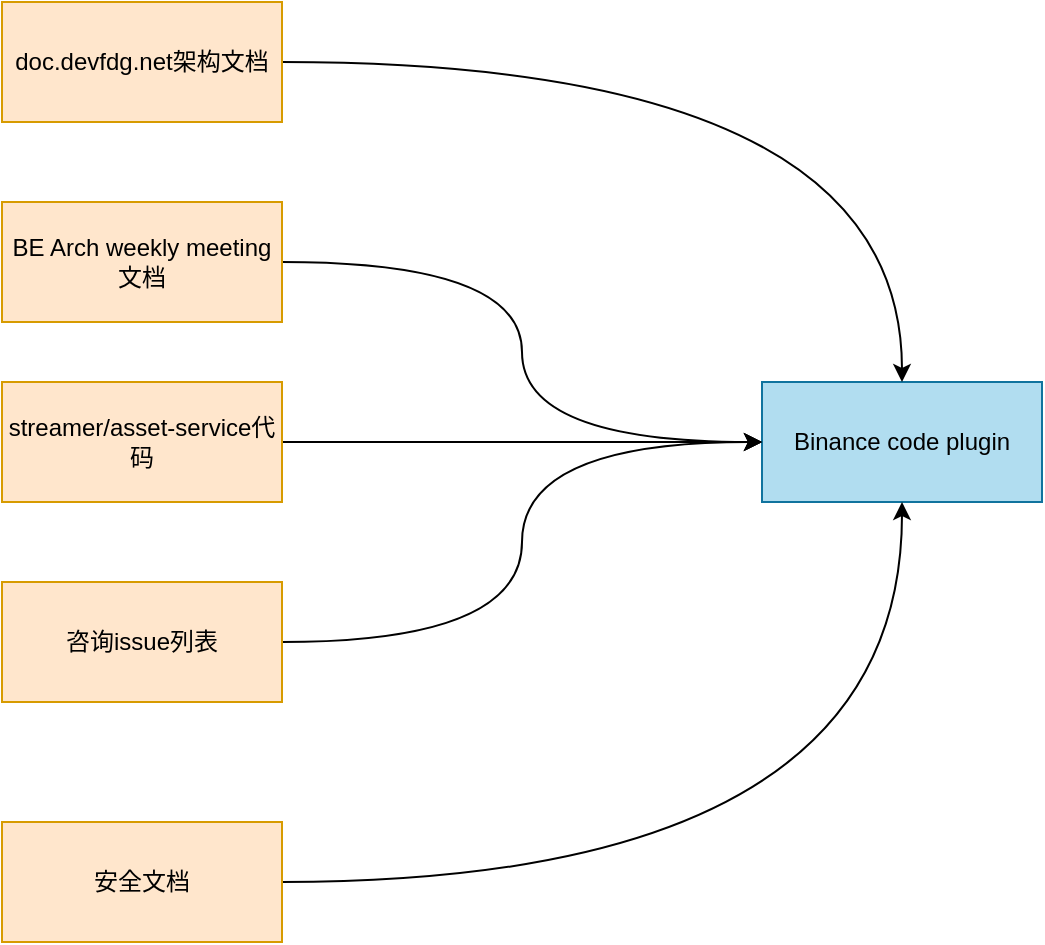
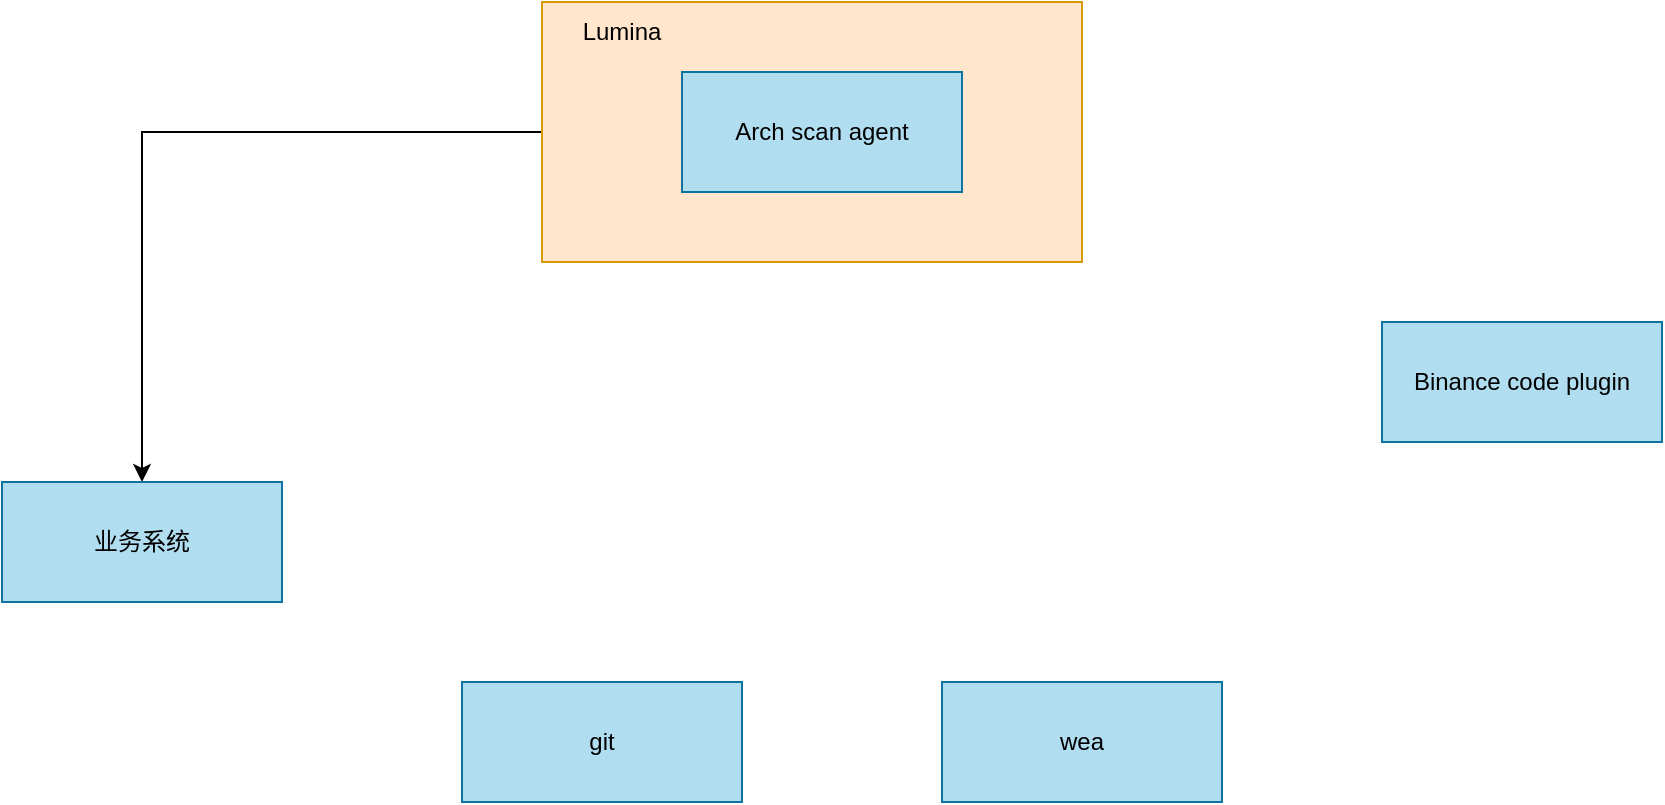
<mxfile host="app.diagrams.net">
  <diagram name="第 1 页" id="v4d0oD99BJNh_s1QToVL">
    <mxGraphModel dx="1222" dy="764" grid="1" gridSize="10" guides="1" tooltips="1" connect="1" arrows="1" fold="1" page="1" pageScale="1" pageWidth="3300" pageHeight="2339" math="0" shadow="0">
      <root>
        <mxCell id="0" />
        <mxCell id="1" parent="0" />
-         <mxCell id="SJECwPXb0EPlWWx2axZS-4" parent="1" style="rounded=0;whiteSpace=wrap;html=1;fillColor=#b1ddf0;strokeColor=#10739e;" value="Binance code plugin" vertex="1">
-           <mxGeometry height="60" width="140" x="820" y="370" as="geometry" />
-         </mxCell>
-         <mxCell id="SJECwPXb0EPlWWx2axZS-10" edge="1" parent="1" source="SJECwPXb0EPlWWx2axZS-5" style="edgeStyle=orthogonalEdgeStyle;rounded=0;orthogonalLoop=1;jettySize=auto;html=1;exitX=1;exitY=0.5;exitDx=0;exitDy=0;entryX=0.5;entryY=0;entryDx=0;entryDy=0;curved=1;" target="SJECwPXb0EPlWWx2axZS-4">
+         <mxCell id="BZSGkBbcOcEUag34DBB_-2" edge="1" parent="1" source="SJECwPXb0EPlWWx2axZS-5" style="edgeStyle=orthogonalEdgeStyle;rounded=0;orthogonalLoop=1;jettySize=auto;html=1;exitX=0;exitY=0.5;exitDx=0;exitDy=0;" target="BZSGkBbcOcEUag34DBB_-1">
          <mxGeometry relative="1" as="geometry" />
        </mxCell>
-         <mxCell id="SJECwPXb0EPlWWx2axZS-5" parent="1" style="rounded=0;whiteSpace=wrap;html=1;fillColor=#ffe6cc;strokeColor=#d79b00;" value="doc.devfdg.net架构文档" vertex="1">
-           <mxGeometry height="60" width="140" x="440" y="180" as="geometry" />
+         <mxCell id="SJECwPXb0EPlWWx2axZS-5" parent="1" style="rounded=0;whiteSpace=wrap;html=1;fillColor=#ffe6cc;strokeColor=#d79b00;" value="" vertex="1">
+           <mxGeometry height="130" width="270" x="400" y="160" as="geometry" />
        </mxCell>
-         <mxCell id="SJECwPXb0EPlWWx2axZS-16" edge="1" parent="1" source="SJECwPXb0EPlWWx2axZS-6" style="edgeStyle=orthogonalEdgeStyle;rounded=0;orthogonalLoop=1;jettySize=auto;html=1;exitX=1;exitY=0.5;exitDx=0;exitDy=0;entryX=0;entryY=0.5;entryDx=0;entryDy=0;curved=1;" target="SJECwPXb0EPlWWx2axZS-4">
-           <mxGeometry relative="1" as="geometry" />
+         <mxCell id="BZSGkBbcOcEUag34DBB_-1" parent="1" style="rounded=0;whiteSpace=wrap;html=1;fillColor=#b1ddf0;strokeColor=#10739e;" value="业务系统" vertex="1">
+           <mxGeometry height="60" width="140" x="130" y="400" as="geometry" />
        </mxCell>
-         <mxCell id="SJECwPXb0EPlWWx2axZS-6" parent="1" style="rounded=0;whiteSpace=wrap;html=1;fillColor=#ffe6cc;strokeColor=#d79b00;" value="&lt;div&gt;BE Arch weekly meeting&lt;/div&gt;&lt;div&gt;文档&lt;/div&gt;" vertex="1">
-           <mxGeometry height="60" width="140" x="440" y="280" as="geometry" />
+         <mxCell id="BZSGkBbcOcEUag34DBB_-3" parent="1" style="rounded=0;whiteSpace=wrap;html=1;fillColor=#b1ddf0;strokeColor=#10739e;" value="Binance code plugin" vertex="1">
+           <mxGeometry height="60" width="140" x="820" y="320" as="geometry" />
        </mxCell>
-         <mxCell id="SJECwPXb0EPlWWx2axZS-17" edge="1" parent="1" source="SJECwPXb0EPlWWx2axZS-7" style="edgeStyle=orthogonalEdgeStyle;rounded=0;orthogonalLoop=1;jettySize=auto;html=1;exitX=1;exitY=0.5;exitDx=0;exitDy=0;entryX=0;entryY=0.5;entryDx=0;entryDy=0;" target="SJECwPXb0EPlWWx2axZS-4">
-           <mxGeometry relative="1" as="geometry" />
+         <mxCell id="SJECwPXb0EPlWWx2axZS-4" parent="1" style="rounded=0;whiteSpace=wrap;html=1;fillColor=#b1ddf0;strokeColor=#10739e;" value="Arch scan agent" vertex="1">
+           <mxGeometry height="60" width="140" x="470" y="195" as="geometry" />
        </mxCell>
-         <mxCell id="SJECwPXb0EPlWWx2axZS-7" parent="1" style="rounded=0;whiteSpace=wrap;html=1;fillColor=#ffe6cc;strokeColor=#d79b00;" value="&lt;div&gt;streamer/asset-service代码&lt;/div&gt;" vertex="1">
-           <mxGeometry height="60" width="140" x="440" y="370" as="geometry" />
+         <mxCell id="BZSGkBbcOcEUag34DBB_-4" parent="1" style="text;html=1;whiteSpace=wrap;strokeColor=none;fillColor=none;align=center;verticalAlign=middle;rounded=0;" value="Lumina" vertex="1">
+           <mxGeometry height="30" width="60" x="410" y="160" as="geometry" />
        </mxCell>
-         <mxCell id="SJECwPXb0EPlWWx2axZS-18" edge="1" parent="1" source="SJECwPXb0EPlWWx2axZS-8" style="edgeStyle=orthogonalEdgeStyle;rounded=0;orthogonalLoop=1;jettySize=auto;html=1;exitX=1;exitY=0.5;exitDx=0;exitDy=0;entryX=0;entryY=0.5;entryDx=0;entryDy=0;curved=1;" target="SJECwPXb0EPlWWx2axZS-4">
-           <mxGeometry relative="1" as="geometry" />
+         <mxCell id="BZSGkBbcOcEUag34DBB_-5" parent="1" style="rounded=0;whiteSpace=wrap;html=1;fillColor=#b1ddf0;strokeColor=#10739e;" value="wea" vertex="1">
+           <mxGeometry height="60" width="140" x="600" y="500" as="geometry" />
        </mxCell>
-         <mxCell id="SJECwPXb0EPlWWx2axZS-8" parent="1" style="rounded=0;whiteSpace=wrap;html=1;fillColor=#ffe6cc;strokeColor=#d79b00;" value="&lt;div&gt;咨询issue列表&lt;/div&gt;" vertex="1">
-           <mxGeometry height="60" width="140" x="440" y="470" as="geometry" />
-         </mxCell>
-         <mxCell id="SJECwPXb0EPlWWx2axZS-19" edge="1" parent="1" source="SJECwPXb0EPlWWx2axZS-9" style="edgeStyle=orthogonalEdgeStyle;rounded=0;orthogonalLoop=1;jettySize=auto;html=1;exitX=1;exitY=0.5;exitDx=0;exitDy=0;entryX=0.5;entryY=1;entryDx=0;entryDy=0;curved=1;" target="SJECwPXb0EPlWWx2axZS-4">
-           <mxGeometry relative="1" as="geometry" />
-         </mxCell>
-         <mxCell id="SJECwPXb0EPlWWx2axZS-9" parent="1" style="rounded=0;whiteSpace=wrap;html=1;fillColor=#ffe6cc;strokeColor=#d79b00;" value="&lt;div&gt;安全文档&lt;/div&gt;" vertex="1">
-           <mxGeometry height="60" width="140" x="440" y="590" as="geometry" />
+         <mxCell id="BZSGkBbcOcEUag34DBB_-6" parent="1" style="rounded=0;whiteSpace=wrap;html=1;fillColor=#b1ddf0;strokeColor=#10739e;" value="git" vertex="1">
+           <mxGeometry height="60" width="140" x="360" y="500" as="geometry" />
        </mxCell>
      </root>
    </mxGraphModel>
  </diagram>
</mxfile>
